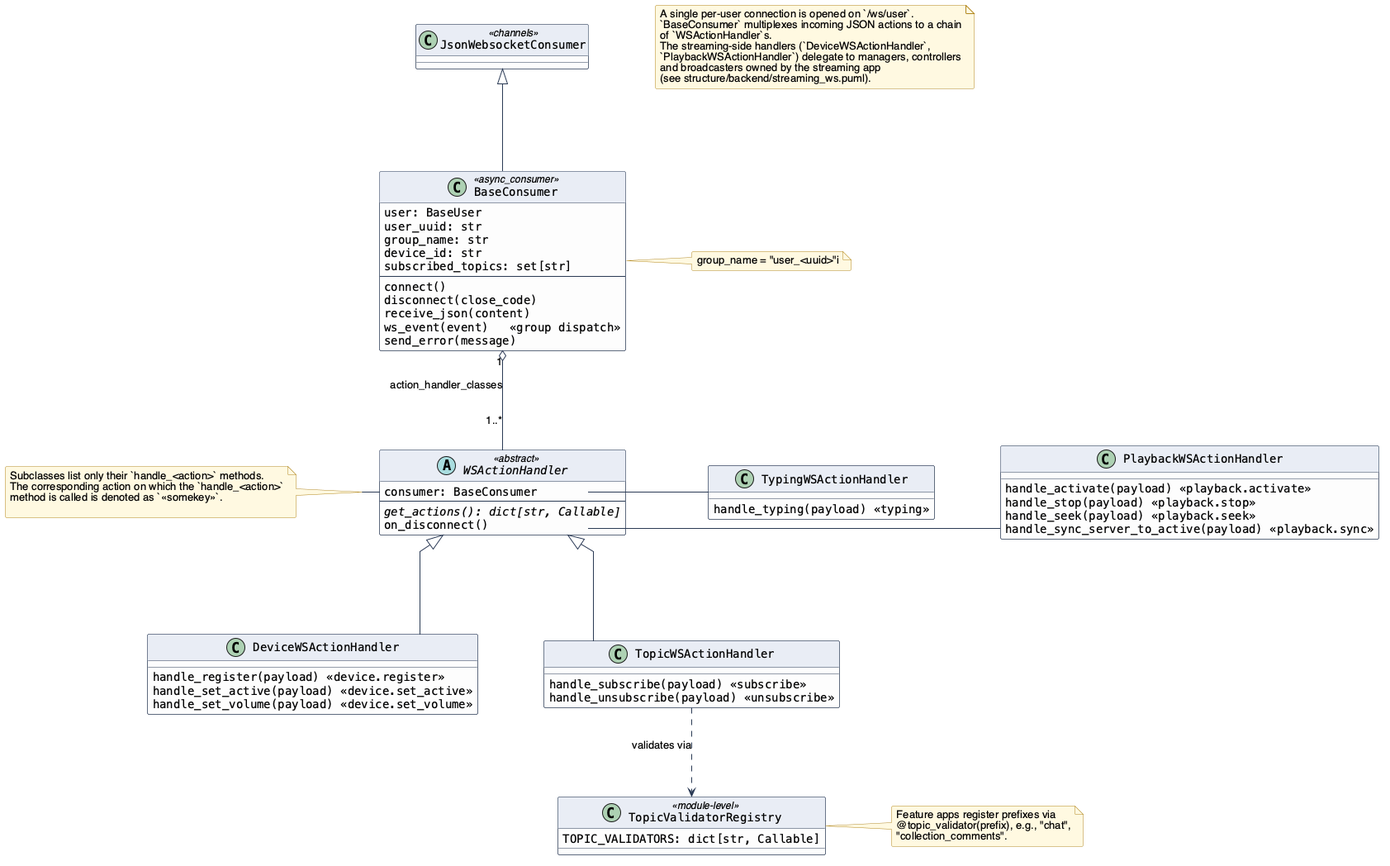
Above: text/diagrams/WebsocketsClassDiagram.png in ddrddrr/musikk (PlantUML), before the change.
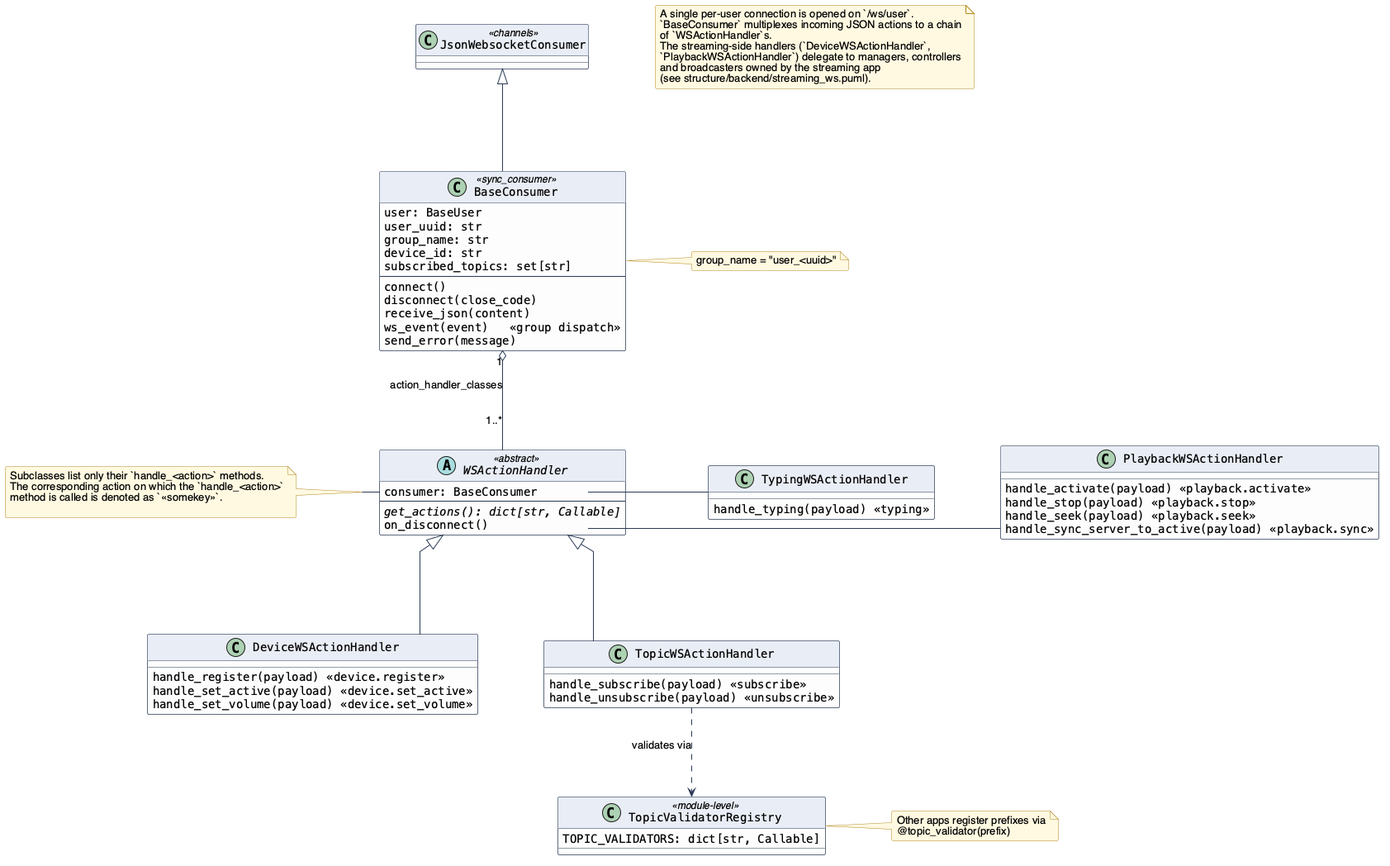
Later version of the same file.

The edit, as a diff of the source:
```diff
@@ -15,7 +15,7 @@
 class JsonWebsocketConsumer <<channels>> {
 }
 
-class BaseConsumer <<async_consumer>> {
+class BaseConsumer <<sync_consumer>> {
     user: BaseUser
     user_uuid: str
     group_name: str
@@ -69,9 +69,8 @@
     TOPIC_VALIDATORS: dict[str, Callable]
 }
 note right of TopicValidatorRegistry
-Feature apps register prefixes via
-@topic_validator(prefix), e.g., "chat",
-"collection_comments".
+Other apps register prefixes via
+@topic_validator(prefix)
 end note
 
 JsonWebsocketConsumer <|-- BaseConsumer
@@ -84,7 +83,7 @@
 TopicWSActionHandler ..> TopicValidatorRegistry : validates via
 
 note right of BaseConsumer
-group_name = "user_<uuid>"i
+group_name = "user_<uuid>"
 end note
 
 @enduml
```
